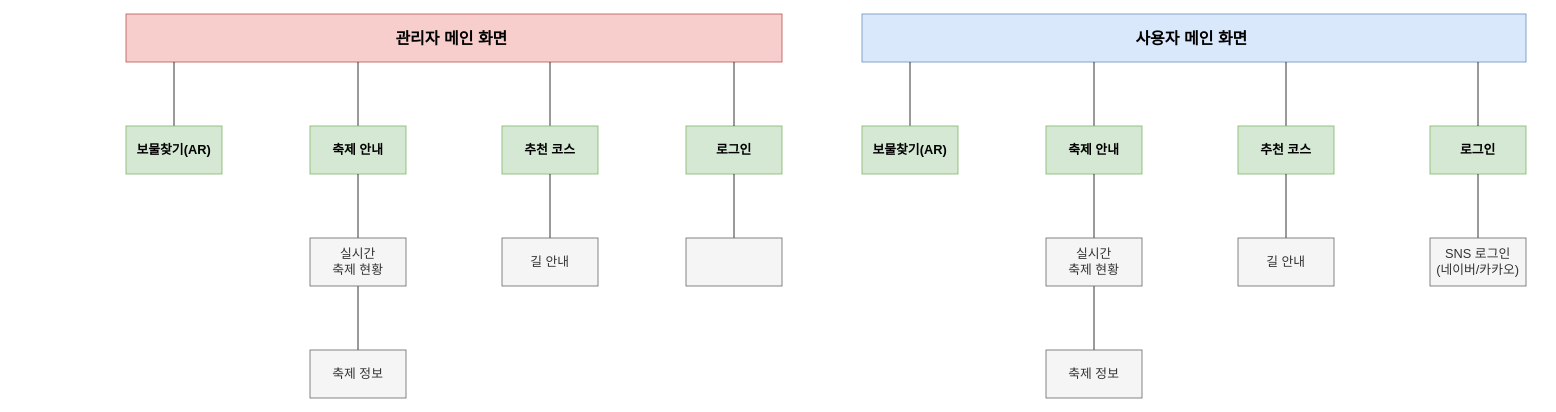
gyrud02/java_study keeps this draw.io diagram as 진해군항제_사이트맵.drawio. Above is the earlier version. Source tidied: cells renumbered, new cells numbered last; positions are measured from the earlier drawing's top-left corner, leaving out a move shared by most shapes. Both pictures are drawn from the tidied source at 80%, with x=0, y=0 at pixel (126, 14).
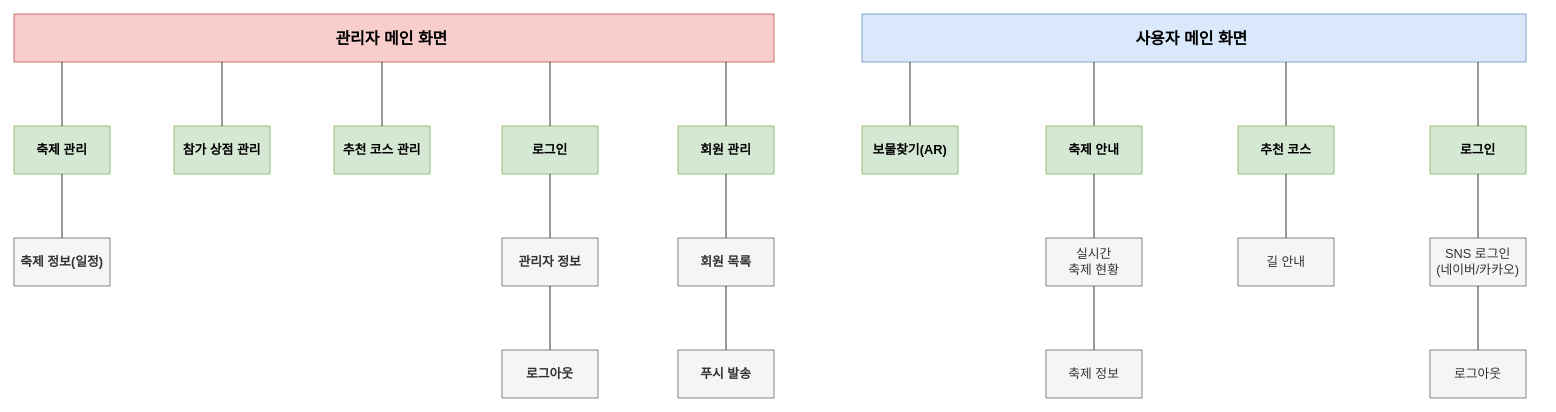
Above is the later version.

Commit message (it also covers changes not shown here):
진해군항제_사이트맵.drawio 업데이트

Unchanged cells that the change refers to:
```xml
<mxCell id="2" style="group;" parent="1" vertex="1">
  <mxGeometry x="920" width="850" height="480" as="geometry" />
</mxCell>
```

What changed in the source:
```diff
@@
-    <mxCell id="26" style="group;" parent="1" vertex="1">
-      <mxGeometry width="850" height="480" as="geometry" />
-    </mxCell>
+    <mxCell id="50" style="endArrow=none;html=1;rounded=0;fontSize=12;startSize=8;endSize=8;curved=1;" parent="2" edge="1">
+      <mxGeometry relative="1" as="geometry">
+        <mxPoint x="770" y="420" as="sourcePoint" />
+        <mxPoint x="770" y="340" as="targetPoint" />
+      </mxGeometry>
+    </mxCell>
+    <mxCell id="51" value="로그아웃" style="rounded=0;whiteSpace=wrap;html=1;fontSize=16;fillColor=#f5f5f5;strokeColor=#666666;fontStyle=0;fontColor=#333333;" parent="2" vertex="1">
+      <mxGeometry x="710" y="420" width="120" height="60" as="geometry" />
+    </mxCell>
-    <mxCell id="27" value="관리자 메인 화면&amp;nbsp;" style="rounded=0;whiteSpace=wrap;html=1;fontSize=20;fillColor=#f8cecc;strokeColor=#b85450;fontStyle=1;" parent="26" vertex="1">
-      <mxGeometry width="820" height="60" as="geometry" />
+    <mxCell id="27" value="관리자 메인 화면&amp;nbsp;" style="rounded=0;whiteSpace=wrap;html=1;fontSize=20;fillColor=#f8cecc;strokeColor=#b85450;fontStyle=1;" parent="1" vertex="1">
+      <mxGeometry x="-140" width="950" height="60" as="geometry" />
     </mxCell>
-    <mxCell id="28" style="group;fontStyle=1;" parent="26" vertex="1">
-      <mxGeometry y="60" width="120" height="140" as="geometry" />
-    </mxCell>
-    <mxCell id="29" style="endArrow=none;html=1;rounded=0;fontSize=12;startSize=8;endSize=8;curved=1;" parent="28" edge="1">
-      <mxGeometry relative="1" as="geometry">
-        <mxPoint x="60" y="80" as="sourcePoint" />
-        <mxPoint x="60" as="targetPoint" />
-      </mxGeometry>
-    </mxCell>
-    <mxCell id="30" value="보물찾기(AR)" style="rounded=0;whiteSpace=wrap;html=1;fontSize=16;fillColor=#d5e8d4;strokeColor=#82b366;fontStyle=1;" parent="28" vertex="1">
-      <mxGeometry y="80" width="120" height="60" as="geometry" />
-    </mxCell>
-    <mxCell id="31" style="group;fontStyle=1;" parent="26" vertex="1">
-      <mxGeometry x="470" y="60" width="120" height="140" as="geometry" />
-    </mxCell>
-    <mxCell id="32" style="endArrow=none;html=1;rounded=0;fontSize=12;startSize=8;endSize=8;curved=1;" parent="31" edge="1">
-      <mxGeometry relative="1" as="geometry">
-        <mxPoint x="60" y="80" as="sourcePoint" />
-        <mxPoint x="60" as="targetPoint" />
-      </mxGeometry>
-    </mxCell>
-    <mxCell id="33" value="&lt;b&gt;추천 코스&lt;/b&gt;" style="rounded=0;whiteSpace=wrap;html=1;fontSize=16;fillColor=#d5e8d4;strokeColor=#82b366;" parent="31" vertex="1">
-      <mxGeometry y="80" width="120" height="60" as="geometry" />
+    <mxCell id="33" value="&lt;b&gt;추천 코스 관리&lt;/b&gt;" style="rounded=0;whiteSpace=wrap;html=1;fontSize=16;fillColor=#d5e8d4;strokeColor=#82b366;" parent="1" vertex="1">
+      <mxGeometry x="260" y="140" width="120" height="60" as="geometry" />
     </mxCell>
-    <mxCell id="34" style="group;fontStyle=1;" parent="26" vertex="1">
-      <mxGeometry x="727" y="60" width="120" height="280" as="geometry" />
-    </mxCell>
-    <mxCell id="35" value="로그인" style="rounded=0;whiteSpace=wrap;html=1;fontSize=16;fillColor=#d5e8d4;strokeColor=#82b366;fontStyle=1;" parent="34" vertex="1">
-      <mxGeometry x="-27" y="80" width="120" height="60" as="geometry" />
+    <mxCell id="35" value="로그인" style="rounded=0;whiteSpace=wrap;html=1;fontSize=16;fillColor=#d5e8d4;strokeColor=#82b366;fontStyle=1;" parent="1" vertex="1">
+      <mxGeometry x="470" y="140" width="120" height="60" as="geometry" />
     </mxCell>
-    <mxCell id="36" style="group;fontStyle=1;" parent="34" vertex="1">
-      <mxGeometry x="-27" y="140" width="120" height="140" as="geometry" />
+    <mxCell id="36" style="group;fontStyle=1;" parent="1" vertex="1">
+      <mxGeometry x="470" y="200" width="120" height="140" as="geometry" />
     </mxCell>
@@
-    <mxCell id="38" style="rounded=0;whiteSpace=wrap;html=1;fontSize=16;fillColor=#f5f5f5;strokeColor=#666666;fontStyle=1;fontColor=#333333;" parent="36" vertex="1">
+    <mxCell id="38" value="관리자 정보" style="rounded=0;whiteSpace=wrap;html=1;fontSize=16;fillColor=#f5f5f5;strokeColor=#666666;fontStyle=1;fontColor=#333333;" parent="36" vertex="1">
       <mxGeometry y="80" width="120" height="60" as="geometry" />
     </mxCell>
-    <mxCell id="39" style="endArrow=none;html=1;rounded=0;fontSize=12;startSize=8;endSize=8;curved=1;" parent="34" edge="1">
-      <mxGeometry relative="1" as="geometry">
-        <mxPoint x="33" y="80" as="sourcePoint" />
-        <mxPoint x="33" as="targetPoint" />
-      </mxGeometry>
-    </mxCell>
-    <mxCell id="40" style="group;fontStyle=1;" parent="26" vertex="1">
-      <mxGeometry x="580" y="200" width="120" height="140" as="geometry" />
-    </mxCell>
-    <mxCell id="41" style="endArrow=none;html=1;rounded=0;fontSize=12;startSize=8;endSize=8;curved=1;" parent="40" edge="1">
-      <mxGeometry relative="1" as="geometry">
-        <mxPoint x="-50" y="80" as="sourcePoint" />
-        <mxPoint x="-50" as="targetPoint" />
-      </mxGeometry>
-    </mxCell>
-    <mxCell id="42" value="&lt;span style=&quot;font-weight: 400;&quot;&gt;길 안내&lt;/span&gt;" style="rounded=0;whiteSpace=wrap;html=1;fontSize=16;fillColor=#f5f5f5;strokeColor=#666666;fontStyle=1;fontColor=#333333;" parent="26" vertex="1">
-      <mxGeometry x="470" y="280" width="120" height="60" as="geometry" />
-    </mxCell>
-    <mxCell id="43" style="group;" parent="26" vertex="1">
-      <mxGeometry x="230" y="60" width="120" height="420" as="geometry" />
-    </mxCell>
-    <mxCell id="44" style="endArrow=none;html=1;rounded=0;fontSize=12;startSize=8;endSize=8;curved=1;" parent="43" edge="1">
-      <mxGeometry relative="1" as="geometry">
-        <mxPoint x="60" y="80" as="sourcePoint" />
-        <mxPoint x="60" as="targetPoint" />
-      </mxGeometry>
-    </mxCell>
-    <mxCell id="45" value="축제 안내" style="rounded=0;whiteSpace=wrap;html=1;fontSize=16;fillColor=#d5e8d4;strokeColor=#82b366;fontStyle=1;" parent="43" vertex="1">
-      <mxGeometry y="80" width="120" height="60" as="geometry" />
+    <mxCell id="45" value="축제 관리" style="rounded=0;whiteSpace=wrap;html=1;fontSize=16;fillColor=#d5e8d4;strokeColor=#82b366;fontStyle=1;" parent="1" vertex="1">
+      <mxGeometry x="-140" y="140" width="120" height="60" as="geometry" />
     </mxCell>
-    <mxCell id="46" style="endArrow=none;html=1;rounded=0;fontSize=12;startSize=8;endSize=8;curved=1;" parent="43" edge="1">
+    <mxCell id="46" style="endArrow=none;html=1;rounded=0;fontSize=12;startSize=8;endSize=8;curved=1;" parent="1" edge="1">
       <mxGeometry relative="1" as="geometry">
-        <mxPoint x="60" y="360" as="sourcePoint" />
-        <mxPoint x="60" y="280" as="targetPoint" />
+        <mxPoint x="-80" y="280" as="sourcePoint" />
+        <mxPoint x="-80" y="200" as="targetPoint" />
       </mxGeometry>
     </mxCell>
-    <mxCell id="47" value="&lt;span style=&quot;font-weight: 400;&quot;&gt;축제 정보&lt;/span&gt;" style="rounded=0;whiteSpace=wrap;html=1;fontSize=16;fillColor=#f5f5f5;strokeColor=#666666;fontStyle=1;fontColor=#333333;" parent="43" vertex="1">
-      <mxGeometry y="360" width="120" height="60" as="geometry" />
+    <mxCell id="47" value="&lt;span style=&quot;&quot;&gt;축제 정보(일정)&lt;/span&gt;" style="rounded=0;whiteSpace=wrap;html=1;fontSize=16;fillColor=#f5f5f5;strokeColor=#666666;fontStyle=1;fontColor=#333333;" parent="1" vertex="1">
+      <mxGeometry x="-140" y="280" width="120" height="60" as="geometry" />
     </mxCell>
-    <mxCell id="48" style="endArrow=none;html=1;rounded=0;fontSize=12;startSize=8;endSize=8;curved=1;" parent="43" edge="1">
-      <mxGeometry relative="1" as="geometry">
-        <mxPoint x="60" y="220" as="sourcePoint" />
-        <mxPoint x="60" y="140" as="targetPoint" />
-      </mxGeometry>
-    </mxCell>
-    <mxCell id="49" value="&lt;span style=&quot;font-weight: 400;&quot;&gt;실시간 &lt;br&gt;축제 현황&lt;/span&gt;" style="rounded=0;whiteSpace=wrap;html=1;fontSize=16;fillColor=#f5f5f5;strokeColor=#666666;fontStyle=1;fontColor=#333333;" parent="43" vertex="1">
-      <mxGeometry y="220" width="120" height="60" as="geometry" />
-    </mxCell>
+    <mxCell id="44" style="endArrow=none;html=1;rounded=0;fontSize=12;startSize=8;endSize=8;curved=1;" parent="1" edge="1">
+      <mxGeometry relative="1" as="geometry">
+        <mxPoint x="-80" y="140" as="sourcePoint" />
+        <mxPoint x="-80" y="60" as="targetPoint" />
+      </mxGeometry>
+    </mxCell>
+    <mxCell id="32" style="endArrow=none;html=1;rounded=0;fontSize=12;startSize=8;endSize=8;curved=1;" parent="1" edge="1">
+      <mxGeometry relative="1" as="geometry">
+        <mxPoint x="320" y="140" as="sourcePoint" />
+        <mxPoint x="320" y="60" as="targetPoint" />
+      </mxGeometry>
+    </mxCell>
+    <mxCell id="39" style="endArrow=none;html=1;rounded=0;fontSize=12;startSize=8;endSize=8;curved=1;" parent="1" edge="1">
+      <mxGeometry relative="1" as="geometry">
+        <mxPoint x="530" y="140" as="sourcePoint" />
+        <mxPoint x="530" y="60" as="targetPoint" />
+      </mxGeometry>
+    </mxCell>
+    <mxCell id="52" value="회원 관리" style="rounded=0;whiteSpace=wrap;html=1;fontSize=16;fillColor=#d5e8d4;strokeColor=#82b366;fontStyle=1;" parent="1" vertex="1">
+      <mxGeometry x="690" y="140" width="120" height="60" as="geometry" />
+    </mxCell>
+    <mxCell id="53" style="group;fontStyle=1;" parent="1" vertex="1">
+      <mxGeometry x="690" y="200" width="120" height="140" as="geometry" />
+    </mxCell>
+    <mxCell id="54" style="endArrow=none;html=1;rounded=0;fontSize=12;startSize=8;endSize=8;curved=1;" parent="53" edge="1">
+      <mxGeometry relative="1" as="geometry">
+        <mxPoint x="60" y="80" as="sourcePoint" />
+        <mxPoint x="60" as="targetPoint" />
+      </mxGeometry>
+    </mxCell>
+    <mxCell id="55" value="회원 목록" style="rounded=0;whiteSpace=wrap;html=1;fontSize=16;fillColor=#f5f5f5;strokeColor=#666666;fontStyle=1;fontColor=#333333;" parent="53" vertex="1">
+      <mxGeometry y="80" width="120" height="60" as="geometry" />
+    </mxCell>
+    <mxCell id="56" style="endArrow=none;html=1;rounded=0;fontSize=12;startSize=8;endSize=8;curved=1;" parent="1" edge="1">
+      <mxGeometry relative="1" as="geometry">
+        <mxPoint x="750" y="140" as="sourcePoint" />
+        <mxPoint x="750" y="60" as="targetPoint" />
+      </mxGeometry>
+    </mxCell>
+    <mxCell id="57" style="group;fontStyle=1;" parent="1" vertex="1">
+      <mxGeometry x="470" y="340" width="120" height="140" as="geometry" />
+    </mxCell>
+    <mxCell id="58" style="endArrow=none;html=1;rounded=0;fontSize=12;startSize=8;endSize=8;curved=1;" parent="57" edge="1">
+      <mxGeometry relative="1" as="geometry">
+        <mxPoint x="60" y="80" as="sourcePoint" />
+        <mxPoint x="60" as="targetPoint" />
+      </mxGeometry>
+    </mxCell>
+    <mxCell id="59" value="로그아웃" style="rounded=0;whiteSpace=wrap;html=1;fontSize=16;fillColor=#f5f5f5;strokeColor=#666666;fontStyle=1;fontColor=#333333;" parent="57" vertex="1">
+      <mxGeometry y="80" width="120" height="60" as="geometry" />
+    </mxCell>
+    <mxCell id="60" style="group;fontStyle=1;" parent="1" vertex="1">
+      <mxGeometry x="690" y="340" width="120" height="140" as="geometry" />
+    </mxCell>
+    <mxCell id="61" style="endArrow=none;html=1;rounded=0;fontSize=12;startSize=8;endSize=8;curved=1;" parent="60" edge="1">
+      <mxGeometry relative="1" as="geometry">
+        <mxPoint x="60" y="80" as="sourcePoint" />
+        <mxPoint x="60" as="targetPoint" />
+      </mxGeometry>
+    </mxCell>
+    <mxCell id="62" value="푸시 발송" style="rounded=0;whiteSpace=wrap;html=1;fontSize=16;fillColor=#f5f5f5;strokeColor=#666666;fontStyle=1;fontColor=#333333;" parent="60" vertex="1">
+      <mxGeometry y="80" width="120" height="60" as="geometry" />
+    </mxCell>
+    <mxCell id="63" value="참가 상점 관리" style="rounded=0;whiteSpace=wrap;html=1;fontSize=16;fillColor=#d5e8d4;strokeColor=#82b366;fontStyle=1;" parent="1" vertex="1">
+      <mxGeometry x="60" y="140" width="120" height="60" as="geometry" />
+    </mxCell>
+    <mxCell id="64" style="endArrow=none;html=1;rounded=0;fontSize=12;startSize=8;endSize=8;curved=1;" parent="1" edge="1">
+      <mxGeometry relative="1" as="geometry">
+        <mxPoint x="120" y="140" as="sourcePoint" />
+        <mxPoint x="120" y="60" as="targetPoint" />
+      </mxGeometry>
+    </mxCell>
```
